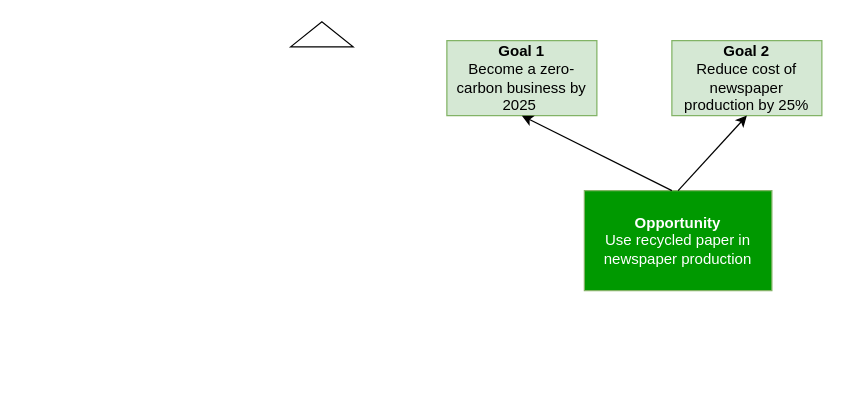
Earlier version of the draw.io diagram TS_4EM.drawio (gullskatten/TS-models-4em-archi). Source tidied: cells renumbered, new cells numbered last; positions are measured from the earlier drawing's top-left corner, leaving out a move shared by most shapes. Both pictures are drawn from the tidied source at 125%, with x=0, y=0 at pixel (309, 2).
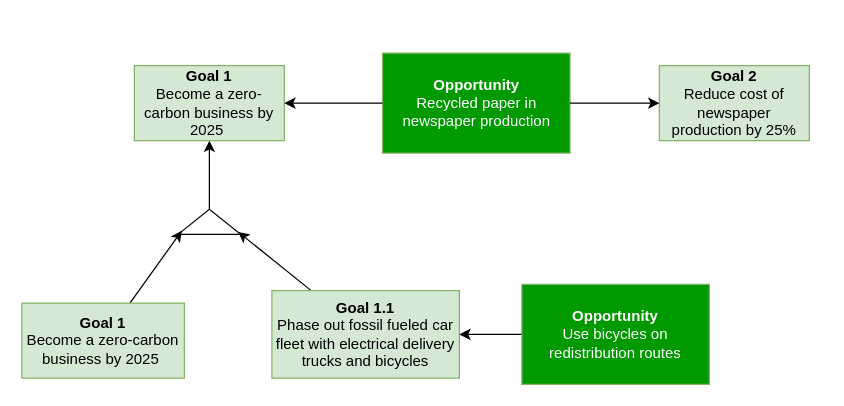
The same page after the edit.

Commit message:
Diagram updated with new goals

Diff of the diagram source:
```diff
@@
 <mxGraphModel>
   <root>
     <mxCell id="0" />
     <mxCell id="1" parent="0" />
+    <mxCell id="8" style="edgeStyle=orthogonalEdgeStyle;rounded=0;jettySize=auto;html=1;exitX=1;exitY=0.5;exitDx=0;exitDy=0;fontColor=#FFFFFF;entryX=0.5;entryY=1;entryDx=0;entryDy=0;" parent="1" edge="1" source="2" target="3">
+      <mxGeometry relative="1" as="geometry" />
+    </mxCell>
     <mxCell id="2" style="triangle;whiteSpace=wrap;html=1;rotation=-90;" parent="1" vertex="1">
-      <mxGeometry width="20" height="50" as="geometry" />
+      <mxGeometry x="-90" y="150" width="20" height="50" as="geometry" />
     </mxCell>
     <mxCell id="3" value="&lt;b&gt;Goal 1&lt;/b&gt;&lt;br&gt;Become a zero-carbon business by 2025&amp;nbsp;" style="rounded=0;whiteSpace=wrap;html=1;fillColor=#d5e8d4;strokeColor=#82b366;" parent="1" vertex="1">
-      <mxGeometry x="110" y="30" width="120" height="60" as="geometry" />
+      <mxGeometry x="-140" y="50" width="120" height="60" as="geometry" />
     </mxCell>
     <mxCell id="4" value="&lt;b&gt;Goal 2&lt;/b&gt;&lt;br&gt;Reduce cost of newspaper production by 25%" style="rounded=0;whiteSpace=wrap;html=1;fillColor=#d5e8d4;strokeColor=#82b366;" parent="1" vertex="1">
-      <mxGeometry x="290" y="30" width="120" height="60" as="geometry" />
+      <mxGeometry x="280" y="50" width="120" height="60" as="geometry" />
     </mxCell>
-    <mxCell id="5" value="&lt;b&gt;Opportunity&lt;/b&gt;&lt;br&gt;Use recycled paper in newspaper production" style="rounded=0;whiteSpace=wrap;html=1;strokeColor=#82b366;fontColor=#FFFFFF;fillColor=#009900;" parent="1" vertex="1">
-      <mxGeometry x="220" y="150" width="150" height="80" as="geometry" />
+    <mxCell id="5" value="&lt;b&gt;Opportunity&lt;/b&gt;&lt;br&gt;Recycled paper in newspaper production" style="rounded=0;whiteSpace=wrap;html=1;strokeColor=#82b366;fontColor=#FFFFFF;fillColor=#009900;" parent="1" vertex="1">
+      <mxGeometry x="58.5" y="40" width="150" height="80" as="geometry" />
     </mxCell>
-    <mxCell id="6" style="endArrow=classic;html=1;fontColor=#FFFFFF;entryX=0.5;entryY=1;entryDx=0;entryDy=0;exitX=0.5;exitY=0;exitDx=0;exitDy=0;" parent="1" edge="1" source="5" target="4">
+    <mxCell id="6" style="endArrow=classic;html=1;fontColor=#FFFFFF;entryX=0;entryY=0.5;entryDx=0;entryDy=0;exitX=1;exitY=0.5;exitDx=0;exitDy=0;" parent="1" edge="1" source="5" target="4">
       <mxGeometry relative="1" as="geometry" />
     </mxCell>
-    <mxCell id="7" style="endArrow=classic;html=1;fontColor=#FFFFFF;entryX=0.5;entryY=1;entryDx=0;entryDy=0;" parent="1" edge="1" target="3">
-      <mxGeometry relative="1" as="geometry">
-        <mxPoint x="290" y="150" as="sourcePoint" />
-      </mxGeometry>
+    <mxCell id="7" style="endArrow=classic;html=1;fontColor=#FFFFFF;entryX=1;entryY=0.5;entryDx=0;entryDy=0;exitX=0;exitY=0.5;exitDx=0;exitDy=0;" parent="1" edge="1" source="5" target="3">
+      <mxGeometry relative="1" as="geometry" />
     </mxCell>
+    <mxCell id="9" style="rounded=0;jettySize=auto;html=1;entryX=0.15;entryY=0.06;entryDx=0;entryDy=0;fontColor=#FFFFFF;entryPerimeter=0;" parent="1" edge="1" source="10" target="2">
+      <mxGeometry relative="1" as="geometry" />
+    </mxCell>
+    <mxCell id="10" value="&lt;b&gt;Goal 1&lt;/b&gt;&lt;br&gt;Become a zero-carbon business by 2025&amp;nbsp;" style="rounded=0;whiteSpace=wrap;html=1;fillColor=#d5e8d4;strokeColor=#82b366;" parent="1" vertex="1">
+      <mxGeometry x="-230" y="240" width="130" height="60" as="geometry" />
+    </mxCell>
+    <mxCell id="11" style="edgeStyle=none;rounded=0;jettySize=auto;html=1;entryX=0.1;entryY=0.96;entryDx=0;entryDy=0;entryPerimeter=0;fontColor=#FFFFFF;" parent="1" edge="1" source="12" target="2">
+      <mxGeometry relative="1" as="geometry" />
+    </mxCell>
+    <mxCell id="12" value="&lt;b&gt;Goal 1.1&lt;/b&gt;&lt;br&gt;Phase out fossil fueled car fleet with electrical delivery trucks and bicycles" style="rounded=0;whiteSpace=wrap;html=1;fillColor=#d5e8d4;strokeColor=#82b366;" parent="1" vertex="1">
+      <mxGeometry x="-30" y="230" width="150" height="70" as="geometry" />
+    </mxCell>
+    <mxCell id="13" style="edgeStyle=none;rounded=0;jettySize=auto;html=1;exitX=0;exitY=0.5;exitDx=0;exitDy=0;entryX=1;entryY=0.5;entryDx=0;entryDy=0;fontColor=#FFFFFF;" parent="1" edge="1" source="14" target="12">
+      <mxGeometry relative="1" as="geometry" />
+    </mxCell>
+    <mxCell id="14" value="&lt;b&gt;Opportunity&lt;/b&gt;&lt;br&gt;Use bicycles on redistribution routes" style="rounded=0;whiteSpace=wrap;html=1;strokeColor=#82b366;fontColor=#FFFFFF;fillColor=#009900;" parent="1" vertex="1">
+      <mxGeometry x="170" y="225" width="150" height="80" as="geometry" />
+    </mxCell>
   </root>
 </mxGraphModel>
```
